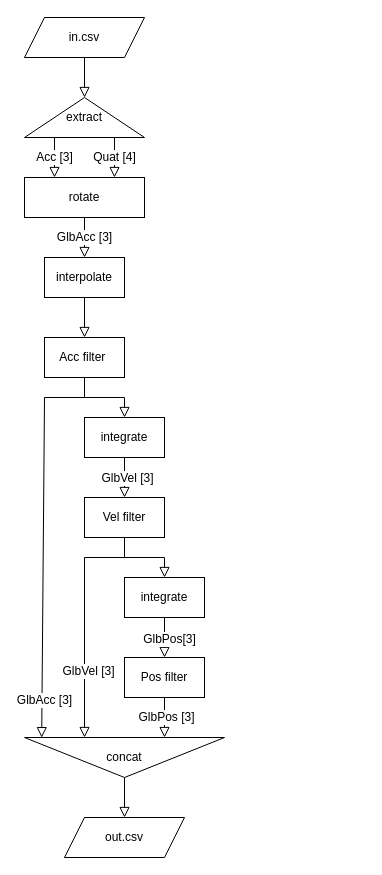
The draw.io diagram img/flowchart.drawio in dragoon8192/LPMS-self-localization, before the edit. Source tidied: cells renumbered, new cells numbered last; positions are measured from the earlier drawing's top-left corner, leaving out a move shared by most shapes. Both pictures are drawn from the tidied source at 100%, with x=0, y=0 at pixel (24, 17).
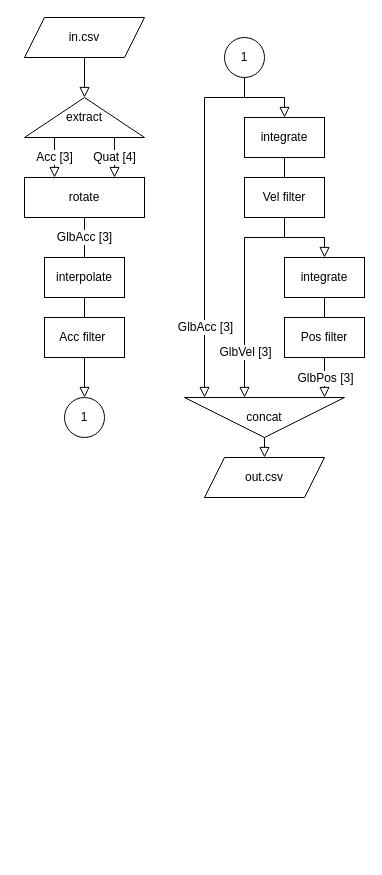
After the change.

Commit message:
flowchart.drawio を更新します

Unchanged cells that the change refers to:
```xml
<mxCell id="5" value="extract" style="triangle;whiteSpace=wrap;html=1;rotation=0;horizontal=1;verticalAlign=middle;direction=north;fontSize=12;" parent="1" vertex="1">
  <mxGeometry y="80" width="120" height="40" as="geometry" />
</mxCell>
<mxCell id="7" value="rotate" style="whiteSpace=wrap;html=1;fontFamily=Helvetica;fontSize=12;fontColor=default;" parent="1" vertex="1">
  <mxGeometry y="160" width="120" height="40" as="geometry" />
</mxCell>
<mxCell id="9" value="interpolate" style="rounded=0;whiteSpace=wrap;html=1;fontFamily=Helvetica;fontSize=12;fontColor=default;" parent="1" vertex="1">
  <mxGeometry x="20" y="240" width="80" height="40" as="geometry" />
</mxCell>
```

What changed in the source:
```diff
@@
-    <mxCell id="3" value="Quat [4]" style="edgeStyle=orthogonalEdgeStyle;rounded=0;jettySize=auto;html=1;exitX=0;exitY=0.75;exitDx=0;exitDy=0;labelBackgroundColor=default;endArrow=block;endFill=0;endSize=8;strokeWidth=1;shadow=0;fontSize=12;" parent="1" edge="1" source="5">
-      <mxGeometry relative="1" as="geometry">
-        <mxPoint x="90" y="160" as="targetPoint" />
-      </mxGeometry>
+    <mxCell id="3" value="Quat [4]" style="edgeStyle=orthogonalEdgeStyle;rounded=0;jettySize=auto;html=1;exitX=0;exitY=0.75;exitDx=0;exitDy=0;labelBackgroundColor=default;endArrow=block;endFill=0;endSize=8;strokeWidth=1;shadow=0;fontSize=12;entryX=0.75;entryY=0;entryDx=0;entryDy=0;" parent="1" edge="1" source="5" target="7">
+      <mxGeometry relative="1" as="geometry" />
     </mxCell>
@@
-    <mxCell id="8" value="GlbAcc [3]" style="endArrow=block;html=1;rounded=0;shadow=0;labelBackgroundColor=default;fontFamily=Helvetica;fontSize=12;fontColor=default;endSize=8;strokeColor=default;strokeWidth=1;shape=connector;endFill=0;entryX=0.5;entryY=0;entryDx=0;entryDy=0;" parent="1" edge="1" source="7" target="9">
+    <mxCell id="8" value="GlbAcc [3]" style="endArrow=none;html=1;rounded=0;shadow=0;labelBackgroundColor=default;fontFamily=Helvetica;fontSize=12;fontColor=default;endSize=8;strokeColor=default;strokeWidth=1;shape=connector;endFill=0;" parent="1" edge="1" source="7" target="9">
       <mxGeometry relative="1" as="geometry" />
     </mxCell>
@@
-    <mxCell id="10" style="endArrow=block;html=1;rounded=0;fontSize=12;shadow=0;endSize=8;strokeWidth=1;endFill=0;" parent="1" edge="1" source="9" target="11">
+    <mxCell id="10" style="endArrow=none;html=1;rounded=0;fontSize=12;shadow=0;endSize=8;strokeWidth=1;endFill=0;" parent="1" edge="1" source="9" target="11">
       <mxGeometry relative="1" as="geometry" />
     </mxCell>
+    <mxCell id="31" style="edgeStyle=orthogonalEdgeStyle;rounded=0;jettySize=auto;html=1;fontSize=12;endArrow=block;shadow=0;endSize=8;strokeWidth=1;endFill=0;" parent="1" edge="1" source="11" target="32">
+      <mxGeometry relative="1" as="geometry" />
+    </mxCell>
     <mxCell id="11" value="Acc filter&amp;nbsp;" style="whiteSpace=wrap;html=1;fontSize=12;" parent="1" vertex="1">
-      <mxGeometry x="20" y="320" width="80" height="40" as="geometry" />
+      <mxGeometry x="20" y="300" width="80" height="40" as="geometry" />
     </mxCell>
-    <mxCell id="12" style="endArrow=block;html=1;rounded=0;fontSize=12;shadow=0;endSize=8;strokeWidth=1;endFill=0;" parent="1" edge="1" source="11" target="13">
+    <mxCell id="12" style="endArrow=block;html=1;rounded=0;fontSize=12;shadow=0;endSize=8;strokeWidth=1;endFill=0;edgeStyle=orthogonalEdgeStyle;" parent="1" edge="1" source="33" target="13">
       <mxGeometry relative="1" as="geometry">
         <Array as="points">
-          <mxPoint x="60" y="380" />
-          <mxPoint x="100" y="380" />
+          <mxPoint x="220" y="80" />
+          <mxPoint x="260" y="80" />
         </Array>
       </mxGeometry>
     </mxCell>
     <mxCell id="13" value="integrate" style="whiteSpace=wrap;html=1;fontSize=12;" parent="1" vertex="1">
-      <mxGeometry x="60" y="400" width="80" height="40" as="geometry" />
+      <mxGeometry x="220" y="100" width="80" height="40" as="geometry" />
     </mxCell>
-    <mxCell id="14" style="endArrow=block;html=1;rounded=0;fontSize=12;shadow=0;endSize=8;strokeWidth=1;endFill=0;entryX=0.003;entryY=0.914;entryDx=0;entryDy=0;entryPerimeter=0;" parent="1" edge="1" target="29">
+    <mxCell id="14" style="endArrow=block;html=1;rounded=0;fontSize=12;shadow=0;endSize=8;strokeWidth=1;endFill=0;edgeStyle=orthogonalEdgeStyle;" parent="1" edge="1" source="33">
       <mxGeometry relative="1" as="geometry">
-        <mxPoint x="80" y="380" as="sourcePoint" />
+        <mxPoint x="180" y="380" as="targetPoint" />
         <Array as="points">
-          <mxPoint x="20" y="380" />
+          <mxPoint x="220" y="80" />
+          <mxPoint x="180" y="80" />
         </Array>
       </mxGeometry>
     </mxCell>
     <mxCell id="15" value="GlbAcc [3]" style="edgeLabel;html=1;align=center;verticalAlign=middle;fontSize=12;" parent="14" vertex="1">
-      <mxGeometry x="0.81" y="2" relative="1" as="geometry" />
+      <mxGeometry x="0.81" y="2" relative="1" as="geometry">
+        <mxPoint x="-2" y="-37" as="offset" />
+      </mxGeometry>
     </mxCell>
-    <mxCell id="16" style="endArrow=block;html=1;rounded=0;fontSize=12;shadow=0;endSize=8;strokeWidth=1;endFill=0;" parent="1" edge="1" source="13" target="18">
+    <mxCell id="16" style="endArrow=none;html=1;rounded=0;fontSize=12;shadow=0;endSize=8;strokeWidth=1;endFill=0;" parent="1" edge="1" source="13" target="18">
       <mxGeometry relative="1" as="geometry" />
     </mxCell>
-    <mxCell id="17" value="GlbVel [3]" style="edgeLabel;html=1;align=center;verticalAlign=middle;fontSize=12;" parent="16" vertex="1">
-      <mxGeometry y="2" relative="1" as="geometry" />
-    </mxCell>
     <mxCell id="18" value="Vel filter" style="whiteSpace=wrap;html=1;fontSize=12;" parent="1" vertex="1">
-      <mxGeometry x="60" y="480" width="80" height="40" as="geometry" />
+      <mxGeometry x="220" y="160" width="80" height="40" as="geometry" />
     </mxCell>
-    <mxCell id="19" style="endArrow=block;html=1;rounded=0;fontSize=12;shadow=0;endSize=8;strokeWidth=1;endFill=0;" parent="1" edge="1" source="18" target="20">
-      <mxGeometry relative="1" as="geometry">
-        <Array as="points">
-          <mxPoint x="100" y="540" />
-          <mxPoint x="140" y="540" />
-        </Array>
-      </mxGeometry>
+    <mxCell id="19" style="endArrow=block;html=1;rounded=0;fontSize=12;shadow=0;endSize=8;strokeWidth=1;endFill=0;edgeStyle=orthogonalEdgeStyle;" parent="1" edge="1" source="18" target="20">
+      <mxGeometry relative="1" as="geometry" />
     </mxCell>
     <mxCell id="20" value="integrate" style="whiteSpace=wrap;html=1;fontSize=12;" parent="1" vertex="1">
-      <mxGeometry x="100" y="560" width="80" height="40" as="geometry" />
+      <mxGeometry x="260" y="240" width="80" height="40" as="geometry" />
     </mxCell>
-    <mxCell id="21" style="endArrow=block;html=1;rounded=0;fontSize=12;shadow=0;endSize=8;strokeWidth=1;endFill=0;entryX=0;entryY=0.7;entryDx=0;entryDy=0;entryPerimeter=0;" parent="1" edge="1" target="29">
+    <mxCell id="21" style="endArrow=block;html=1;rounded=0;fontSize=12;shadow=0;endSize=8;strokeWidth=1;endFill=0;edgeStyle=orthogonalEdgeStyle;" parent="1" edge="1" source="18">
       <mxGeometry relative="1" as="geometry">
-        <mxPoint x="100" y="540" as="sourcePoint" />
+        <mxPoint x="220" y="380" as="targetPoint" />
         <Array as="points">
-          <mxPoint x="60" y="540" />
+          <mxPoint x="260" y="220" />
+          <mxPoint x="220" y="220" />
         </Array>
       </mxGeometry>
     </mxCell>
     <mxCell id="22" value="GlbVel [3]" style="edgeLabel;html=1;align=center;verticalAlign=middle;fontSize=12;" parent="21" vertex="1">
-      <mxGeometry x="0.39" y="3" relative="1" as="geometry" />
+      <mxGeometry x="0.39" y="3" relative="1" as="geometry">
+        <mxPoint x="-3" y="21" as="offset" />
+      </mxGeometry>
     </mxCell>
-    <mxCell id="23" style="endArrow=block;html=1;rounded=0;fontSize=12;shadow=0;endSize=8;strokeWidth=1;endFill=0;" parent="1" edge="1" target="25">
-      <mxGeometry relative="1" as="geometry">
-        <mxPoint x="140" y="600" as="sourcePoint" />
-      </mxGeometry>
+    <mxCell id="23" style="endArrow=none;html=1;rounded=0;fontSize=12;shadow=0;endSize=8;strokeWidth=1;endFill=0;" parent="1" edge="1" source="20" target="25">
+      <mxGeometry relative="1" as="geometry" />
     </mxCell>
-    <mxCell id="24" value="GlbPos[3]" style="edgeLabel;html=1;align=center;verticalAlign=middle;fontSize=12;" parent="23" vertex="1">
-      <mxGeometry x="0.05" y="4" relative="1" as="geometry" />
-    </mxCell>
     <mxCell id="25" value="Pos filter" style="whiteSpace=wrap;html=1;fontSize=12;" parent="1" vertex="1">
-      <mxGeometry x="100" y="640" width="80" height="40" as="geometry" />
+      <mxGeometry x="260" y="300" width="80" height="40" as="geometry" />
     </mxCell>
-    <mxCell id="26" style="endArrow=block;html=1;rounded=0;fontSize=12;shadow=0;endSize=8;strokeWidth=1;endFill=0;snapToPoint=0;entryX=0;entryY=0.3;entryDx=0;entryDy=0;entryPerimeter=0;" parent="1" edge="1" source="25" target="29">
-      <mxGeometry relative="1" as="geometry" />
+    <mxCell id="26" style="endArrow=block;html=1;rounded=0;fontSize=12;shadow=0;endSize=8;strokeWidth=1;endFill=0;snapToPoint=0;" parent="1" edge="1" source="25">
+      <mxGeometry relative="1" as="geometry">
+        <mxPoint x="300" y="380" as="targetPoint" />
+      </mxGeometry>
     </mxCell>
     <mxCell id="27" value="GlbPos [3]" style="edgeLabel;html=1;align=center;verticalAlign=middle;fontSize=12;" parent="26" vertex="1">
-      <mxGeometry x="-0.03" y="1" relative="1" as="geometry" />
+      <mxGeometry x="-0.03" y="1" relative="1" as="geometry">
+        <mxPoint x="-1" y="1" as="offset" />
+      </mxGeometry>
     </mxCell>
-    <mxCell id="28" style="edgeStyle=orthogonalEdgeStyle;rounded=0;jettySize=auto;html=1;fontSize=12;endArrow=block;shadow=0;endSize=8;strokeWidth=1;endFill=0;" parent="1" edge="1" source="29" target="30">
+    <mxCell id="28" style="rounded=0;jettySize=auto;html=1;fontSize=12;endArrow=block;shadow=0;endSize=8;strokeWidth=1;endFill=0;" parent="1" edge="1" source="29" target="30">
       <mxGeometry relative="1" as="geometry" />
     </mxCell>
     <mxCell id="29" value="concat" style="triangle;whiteSpace=wrap;html=1;fontSize=12;direction=south;snapToPoint=1;" parent="1" vertex="1">
-      <mxGeometry y="720" width="200" height="40" as="geometry" />
+      <mxGeometry x="160" y="380" width="160" height="40" as="geometry" />
     </mxCell>
     <mxCell id="30" value="out.csv" style="shape=parallelogram;perimeter=parallelogramPerimeter;whiteSpace=wrap;html=1;fixedSize=1;fontSize=12;" parent="1" vertex="1">
-      <mxGeometry x="40" y="800" width="120" height="40" as="geometry" />
+      <mxGeometry x="180" y="440" width="120" height="40" as="geometry" />
     </mxCell>
+    <mxCell id="32" value="1" style="ellipse;whiteSpace=wrap;html=1;fontSize=12;labelBackgroundColor=default;" parent="1" vertex="1">
+      <mxGeometry x="40" y="380" width="40" height="40" as="geometry" />
+    </mxCell>
+    <mxCell id="33" value="1" style="ellipse;whiteSpace=wrap;html=1;fontSize=12;labelBackgroundColor=default;" parent="1" vertex="1">
+      <mxGeometry x="200" y="20" width="40" height="40" as="geometry" />
+    </mxCell>
```
